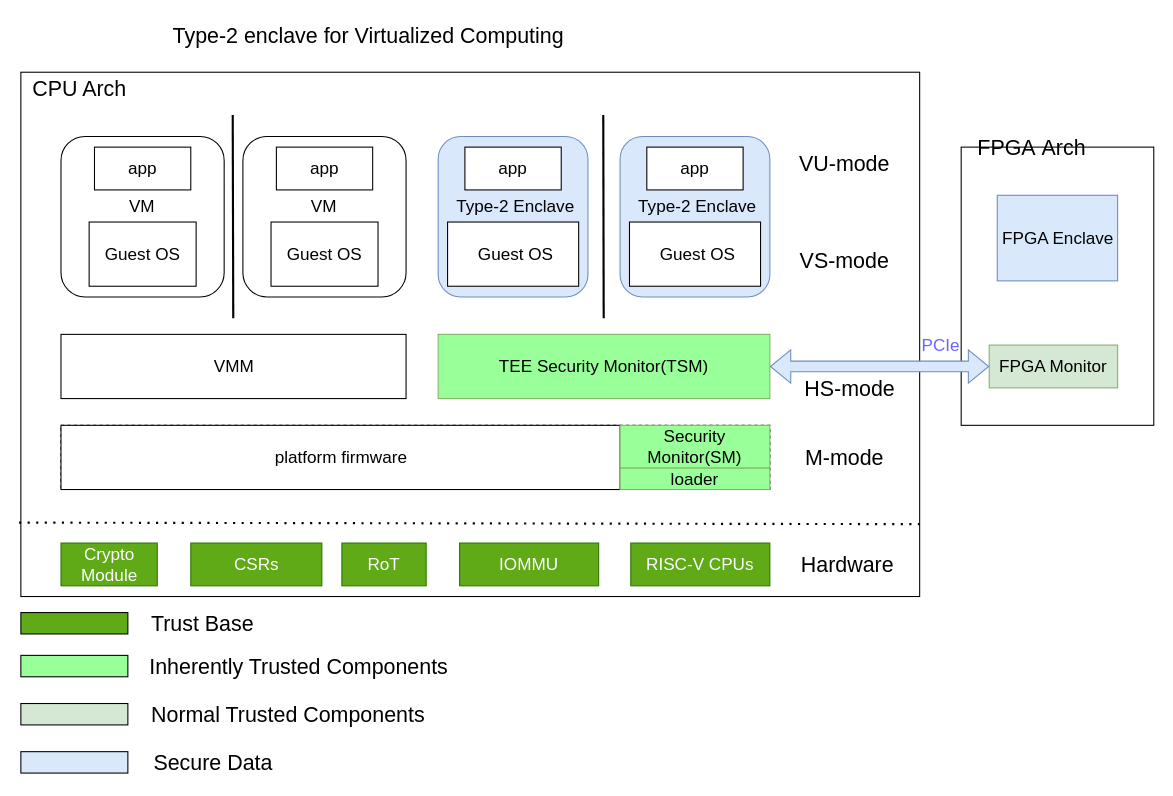
Above: page "sys_overview(VM)" (2 of 9) of saber.drawio in Zou1c/tmp (draw.io), before the change. Source tidied: cells renumbered, new cells numbered last; positions are measured from the earlier drawing's top-left corner, leaving out a move shared by most shapes. Both pictures are drawn from the tidied source at 107%, with x=0, y=0 at pixel (20, 18).
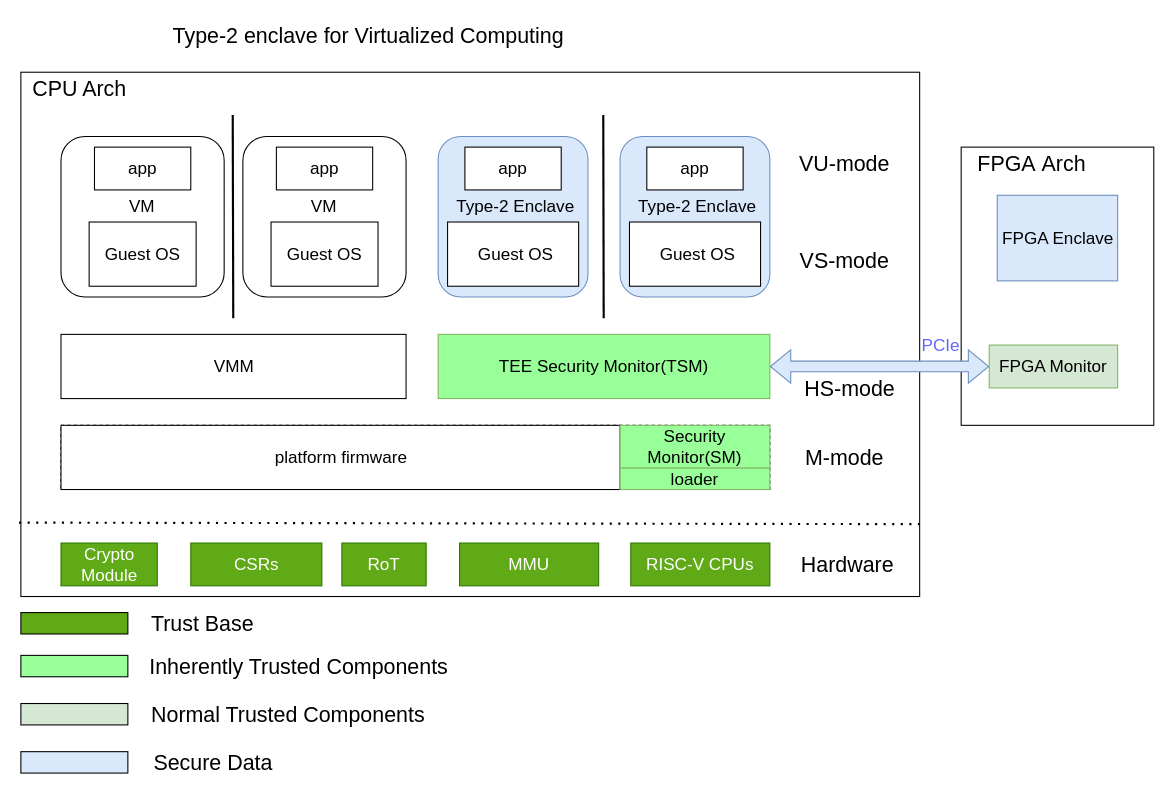
The same page after the edit.

What changed in the source:
```diff
@@
     <mxCell id="3" value="FPGA&amp;nbsp;&lt;span style=&quot;background-color: transparent; color: light-dark(rgb(0, 0, 0), rgb(255, 255, 255));&quot;&gt;Arch&lt;/span&gt;" style="text;html=1;align=center;verticalAlign=middle;whiteSpace=wrap;rounded=0;fontSize=20;" parent="1" vertex="1">
-      <mxGeometry x="890" y="105" width="110" height="30" as="geometry" />
+      <mxGeometry x="890" y="120" width="110" height="30" as="geometry" />
     </mxCell>
@@
-    <mxCell id="37" value="IOMMU" style="rounded=0;whiteSpace=wrap;html=1;fontSize=16;fillColor=#60a917;fontColor=#ffffff;strokeColor=#2D7600;" parent="1" vertex="1">
+    <mxCell id="37" value="MMU" style="rounded=0;whiteSpace=wrap;html=1;fontSize=16;fillColor=#60a917;fontColor=#ffffff;strokeColor=#2D7600;" parent="1" vertex="1">
       <mxGeometry x="410" y="490" width="130" height="40" as="geometry" />
     </mxCell>
```
